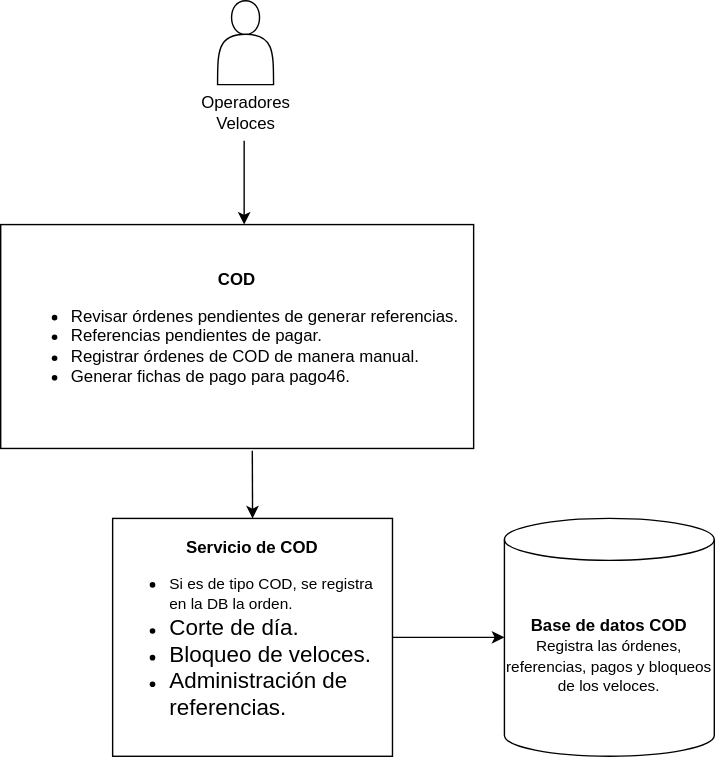
This is Diagrama C1 COD.svg from dani99m/Diagramas, a draw.io export, as it was before one commit. Source tidied: cells renumbered, new cells last; positions are measured from the earlier drawing's top-left corner, leaving out a move shared by most shapes. The source it was exported from:
```xml
<mxGraphModel>
  <root>
    <mxCell id="0" />
    <mxCell id="1" parent="0" />
    <mxCell id="2" style="shape=actor;whiteSpace=wrap;html=1;" parent="1" vertex="1">
      <mxGeometry x="155" width="40" height="60" as="geometry" />
    </mxCell>
    <mxCell id="3" value="Operadores&lt;br&gt;Veloces" style="text;html=1;align=center;verticalAlign=middle;strokeColor=none;fillColor=none;" parent="1" vertex="1">
      <mxGeometry x="130" y="60" width="90" height="40" as="geometry" />
    </mxCell>
    <mxCell id="4" style="endArrow=classic;html=1;rounded=0;" parent="1" edge="1">
      <mxGeometry relative="1" as="geometry">
        <mxPoint x="174" y="100" as="sourcePoint" />
        <mxPoint x="174" y="160" as="targetPoint" />
        <Array as="points">
          <mxPoint x="174" y="130" />
        </Array>
      </mxGeometry>
    </mxCell>
    <mxCell id="5" value="&lt;b style=&quot;background-color: initial;&quot;&gt;COD&lt;br&gt;&lt;/b&gt;&lt;ul&gt;&lt;li style=&quot;text-align: left;&quot;&gt;Revisar órdenes pendientes de generar referencias.&lt;/li&gt;&lt;li style=&quot;text-align: left;&quot;&gt;Referencias pendientes de pagar.&lt;/li&gt;&lt;li style=&quot;text-align: left;&quot;&gt;Registrar órdenes de COD de manera manual.&lt;/li&gt;&lt;li style=&quot;text-align: left;&quot;&gt;Generar fichas de pago para pago46.&lt;/li&gt;&lt;/ul&gt;" style="rounded=0;whiteSpace=wrap;html=1;" parent="1" vertex="1">
      <mxGeometry y="160" width="338" height="160" as="geometry" />
    </mxCell>
    <mxCell id="6" style="endArrow=classic;html=1;rounded=0;entryX=0.5;entryY=0;entryDx=0;entryDy=0;exitX=0.532;exitY=1.01;exitDx=0;exitDy=0;exitPerimeter=0;" parent="1" edge="1" source="5" target="8">
      <mxGeometry relative="1" as="geometry" />
    </mxCell>
    <mxCell id="7" style="edgeStyle=orthogonalEdgeStyle;rounded=0;jettySize=auto;html=1;" parent="1" edge="1" source="8" target="9">
      <mxGeometry relative="1" as="geometry" />
    </mxCell>
    <mxCell id="8" value="&lt;b&gt;Servicio de COD&lt;br&gt;&lt;/b&gt;&lt;div style=&quot;text-align: left;&quot;&gt;&lt;ul&gt;&lt;li&gt;&lt;span style=&quot;background-color: initial;&quot;&gt;&lt;font style=&quot;font-size: 11px;&quot;&gt;Si es de tipo COD, se registra en la DB la orden.&lt;/font&gt;&lt;/span&gt;&lt;/li&gt;&lt;li&gt;&lt;span style=&quot;background-color: initial;&quot;&gt;&lt;font size=&quot;3&quot;&gt;Corte de día.&lt;/font&gt;&lt;/span&gt;&lt;/li&gt;&lt;li&gt;&lt;span style=&quot;background-color: initial;&quot;&gt;&lt;font size=&quot;3&quot;&gt;Bloqueo de veloces.&lt;/font&gt;&lt;/span&gt;&lt;/li&gt;&lt;li&gt;&lt;span style=&quot;background-color: initial;&quot;&gt;&lt;font size=&quot;3&quot;&gt;Administración de referencias.&lt;/font&gt;&lt;/span&gt;&lt;/li&gt;&lt;/ul&gt;&lt;/div&gt;" style="rounded=0;whiteSpace=wrap;html=1;" parent="1" vertex="1">
      <mxGeometry x="80" y="370" width="200" height="170" as="geometry" />
    </mxCell>
    <mxCell id="9" value="&lt;b&gt;Base de datos COD&lt;/b&gt;&lt;br&gt;&lt;font style=&quot;font-size: 11px;&quot;&gt;Registra las órdenes, referencias, pagos y bloqueos de los veloces.&lt;/font&gt;" style="shape=cylinder3;whiteSpace=wrap;html=1;boundedLbl=1;backgroundOutline=1;size=15;" parent="1" vertex="1">
      <mxGeometry x="360" y="370" width="150" height="170" as="geometry" />
    </mxCell>
  </root>
</mxGraphModel>
```
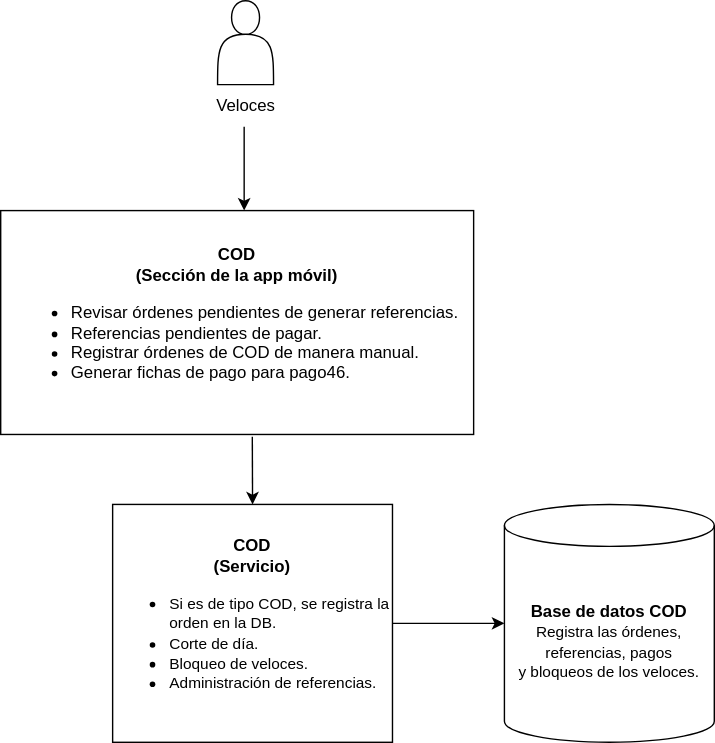
Later version of the same file.

What changed in the source:
```diff
@@ -3,10 +3,10 @@
     <mxCell id="0" />
     <mxCell id="1" parent="0" />
     <mxCell id="2" style="shape=actor;whiteSpace=wrap;html=1;" parent="1" vertex="1">
-      <mxGeometry x="155" width="40" height="60" as="geometry" />
+      <mxGeometry x="155" y="10" width="40" height="60" as="geometry" />
     </mxCell>
-    <mxCell id="3" value="Operadores&lt;br&gt;Veloces" style="text;html=1;align=center;verticalAlign=middle;strokeColor=none;fillColor=none;" parent="1" vertex="1">
-      <mxGeometry x="130" y="60" width="90" height="40" as="geometry" />
+    <mxCell id="3" value="Veloces" style="text;html=1;align=center;verticalAlign=middle;strokeColor=none;fillColor=none;" parent="1" vertex="1">
+      <mxGeometry x="140" y="70" width="70" height="30" as="geometry" />
     </mxCell>
     <mxCell id="4" style="endArrow=classic;html=1;rounded=0;" parent="1" edge="1">
       <mxGeometry relative="1" as="geometry">
@@ -17,7 +17,7 @@
         </Array>
       </mxGeometry>
     </mxCell>
-    <mxCell id="5" value="&lt;b style=&quot;background-color: initial;&quot;&gt;COD&lt;br&gt;&lt;/b&gt;&lt;ul&gt;&lt;li style=&quot;text-align: left;&quot;&gt;Revisar órdenes pendientes de generar referencias.&lt;/li&gt;&lt;li style=&quot;text-align: left;&quot;&gt;Referencias pendientes de pagar.&lt;/li&gt;&lt;li style=&quot;text-align: left;&quot;&gt;Registrar órdenes de COD de manera manual.&lt;/li&gt;&lt;li style=&quot;text-align: left;&quot;&gt;Generar fichas de pago para pago46.&lt;/li&gt;&lt;/ul&gt;" style="rounded=0;whiteSpace=wrap;html=1;" parent="1" vertex="1">
+    <mxCell id="5" value="&lt;span style=&quot;background-color: initial;&quot;&gt;&lt;b&gt;COD&lt;br&gt;(Sección de la app m&lt;/b&gt;&lt;span style=&quot;font-size: 12px;&quot;&gt;&lt;b&gt;óvil)&lt;/b&gt;&lt;/span&gt;&lt;br&gt;&lt;/span&gt;&lt;ul&gt;&lt;li style=&quot;text-align: left;&quot;&gt;Revisar órdenes pendientes de generar referencias.&lt;/li&gt;&lt;li style=&quot;text-align: left;&quot;&gt;Referencias pendientes de pagar.&lt;/li&gt;&lt;li style=&quot;text-align: left;&quot;&gt;Registrar órdenes de COD de manera manual.&lt;/li&gt;&lt;li style=&quot;text-align: left;&quot;&gt;Generar fichas de pago para pago46.&lt;/li&gt;&lt;/ul&gt;" style="rounded=0;whiteSpace=wrap;html=1;" parent="1" vertex="1">
       <mxGeometry y="160" width="338" height="160" as="geometry" />
     </mxCell>
     <mxCell id="6" style="endArrow=classic;html=1;rounded=0;entryX=0.5;entryY=0;entryDx=0;entryDy=0;exitX=0.532;exitY=1.01;exitDx=0;exitDy=0;exitPerimeter=0;" parent="1" edge="1" source="5" target="8">
@@ -26,10 +26,10 @@
     <mxCell id="7" style="edgeStyle=orthogonalEdgeStyle;rounded=0;jettySize=auto;html=1;" parent="1" edge="1" source="8" target="9">
       <mxGeometry relative="1" as="geometry" />
     </mxCell>
-    <mxCell id="8" value="&lt;b&gt;Servicio de COD&lt;br&gt;&lt;/b&gt;&lt;div style=&quot;text-align: left;&quot;&gt;&lt;ul&gt;&lt;li&gt;&lt;span style=&quot;background-color: initial;&quot;&gt;&lt;font style=&quot;font-size: 11px;&quot;&gt;Si es de tipo COD, se registra en la DB la orden.&lt;/font&gt;&lt;/span&gt;&lt;/li&gt;&lt;li&gt;&lt;span style=&quot;background-color: initial;&quot;&gt;&lt;font size=&quot;3&quot;&gt;Corte de día.&lt;/font&gt;&lt;/span&gt;&lt;/li&gt;&lt;li&gt;&lt;span style=&quot;background-color: initial;&quot;&gt;&lt;font size=&quot;3&quot;&gt;Bloqueo de veloces.&lt;/font&gt;&lt;/span&gt;&lt;/li&gt;&lt;li&gt;&lt;span style=&quot;background-color: initial;&quot;&gt;&lt;font size=&quot;3&quot;&gt;Administración de referencias.&lt;/font&gt;&lt;/span&gt;&lt;/li&gt;&lt;/ul&gt;&lt;/div&gt;" style="rounded=0;whiteSpace=wrap;html=1;" parent="1" vertex="1">
+    <mxCell id="8" value="&lt;b&gt;COD&lt;br&gt;(&lt;/b&gt;&lt;b&gt;Servicio&lt;/b&gt;&lt;b&gt;)&lt;br&gt;&lt;/b&gt;&lt;div style=&quot;text-align: left;&quot;&gt;&lt;ul&gt;&lt;li&gt;&lt;span style=&quot;background-color: initial;&quot;&gt;&lt;font style=&quot;font-size: 11px;&quot;&gt;Si es de tipo COD, se registra la orden&amp;nbsp;en la DB.&lt;/font&gt;&lt;/span&gt;&lt;/li&gt;&lt;li&gt;&lt;span style=&quot;background-color: initial;&quot;&gt;&lt;font style=&quot;font-size: 11px;&quot;&gt;Corte de día.&lt;/font&gt;&lt;/span&gt;&lt;/li&gt;&lt;li&gt;&lt;span style=&quot;background-color: initial;&quot;&gt;&lt;font style=&quot;font-size: 11px;&quot;&gt;Bloqueo de veloces.&lt;/font&gt;&lt;/span&gt;&lt;/li&gt;&lt;li&gt;&lt;span style=&quot;background-color: initial;&quot;&gt;&lt;font style=&quot;font-size: 11px;&quot;&gt;Administración de referencias.&lt;/font&gt;&lt;/span&gt;&lt;/li&gt;&lt;/ul&gt;&lt;/div&gt;" style="rounded=0;whiteSpace=wrap;html=1;" parent="1" vertex="1">
       <mxGeometry x="80" y="370" width="200" height="170" as="geometry" />
     </mxCell>
-    <mxCell id="9" value="&lt;b&gt;Base de datos COD&lt;/b&gt;&lt;br&gt;&lt;font style=&quot;font-size: 11px;&quot;&gt;Registra las órdenes, referencias, pagos y bloqueos de los veloces.&lt;/font&gt;" style="shape=cylinder3;whiteSpace=wrap;html=1;boundedLbl=1;backgroundOutline=1;size=15;" parent="1" vertex="1">
+    <mxCell id="9" value="&lt;b&gt;Base de datos COD&lt;/b&gt;&lt;br&gt;&lt;font style=&quot;font-size: 11px;&quot;&gt;Registra las órdenes, referencias, pagos &lt;br&gt;y bloqueos de los veloces.&lt;/font&gt;" style="shape=cylinder3;whiteSpace=wrap;html=1;boundedLbl=1;backgroundOutline=1;size=15;" parent="1" vertex="1">
       <mxGeometry x="360" y="370" width="150" height="170" as="geometry" />
     </mxCell>
   </root>
```
